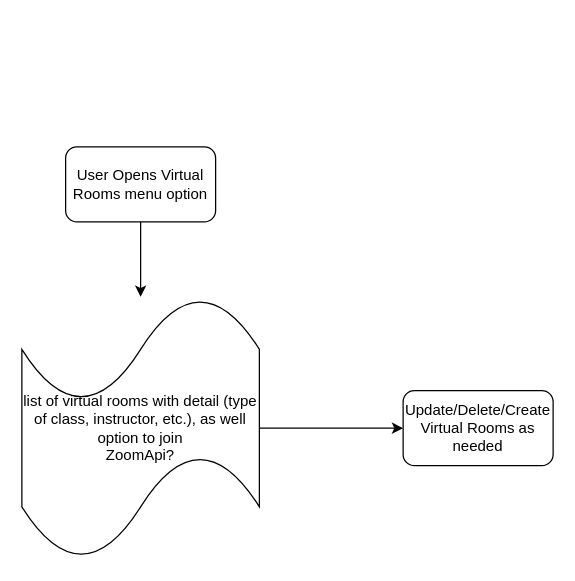
Before: Diagrams-Raw/TrackVirtualRooms.drawio in revaturelabs/af-reservation-service, a draw.io diagram. Source tidied: cells renumbered, new cells numbered last; positions are measured from the earlier drawing's top-left corner, leaving out a move shared by most shapes. Both pictures are drawn from the tidied source at 125%, with x=0, y=0 at pixel (21, 146).
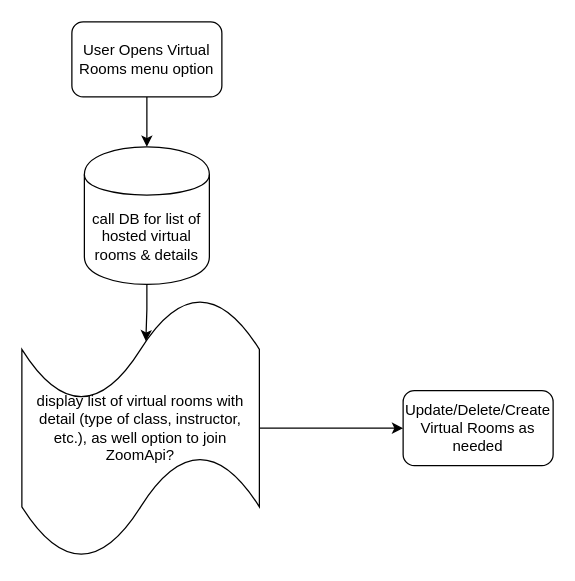
Above is the later version.

Diff of the diagram source:
```diff
@@
 <mxGraphModel>
   <root>
     <mxCell id="0" />
     <mxCell id="1" parent="0" />
-    <mxCell id="2" style="edgeStyle=orthogonalEdgeStyle;rounded=0;jettySize=auto;html=1;" parent="1" edge="1" source="3" target="5">
-      <mxGeometry relative="1" as="geometry" />
-    </mxCell>
+    <mxCell id="7" style="edgeStyle=orthogonalEdgeStyle;rounded=0;jettySize=auto;html=1;" parent="1" edge="1" source="3" target="9">
+      <mxGeometry relative="1" as="geometry" />
+    </mxCell>
     <mxCell id="3" value="User Opens Virtual Rooms menu option" style="rounded=1;whiteSpace=wrap;html=1;" parent="1" vertex="1">
-      <mxGeometry x="35" width="120" height="60" as="geometry" />
+      <mxGeometry x="40" y="-100" width="120" height="60" as="geometry" />
     </mxCell>
     <mxCell id="4" style="edgeStyle=orthogonalEdgeStyle;rounded=0;jettySize=auto;html=1;" parent="1" edge="1" source="5" target="6">
       <mxGeometry relative="1" as="geometry" />
     </mxCell>
-    <mxCell id="5" value="list of virtual rooms with detail (type of class, instructor, etc.), as well option to join&lt;br&gt;ZoomApi?" style="shape=tape;whiteSpace=wrap;html=1;rounded=1;" parent="1" vertex="1">
+    <mxCell id="5" value="display list of virtual rooms with detail (type of class, instructor, etc.), as well option to join&lt;br&gt;ZoomApi?" style="shape=tape;whiteSpace=wrap;html=1;rounded=1;" parent="1" vertex="1">
       <mxGeometry y="120" width="190" height="210" as="geometry" />
     </mxCell>
     <mxCell id="6" value="Update/Delete/Create Virtual Rooms as needed" style="whiteSpace=wrap;html=1;rounded=1;" parent="1" vertex="1">
       <mxGeometry x="305" y="195" width="120" height="60" as="geometry" />
     </mxCell>
+    <mxCell id="8" style="edgeStyle=orthogonalEdgeStyle;rounded=0;jettySize=auto;html=1;exitX=0.5;exitY=1;exitDx=0;exitDy=0;entryX=0.522;entryY=0.169;entryDx=0;entryDy=0;entryPerimeter=0;" parent="1" edge="1" source="9" target="5">
+      <mxGeometry relative="1" as="geometry" />
+    </mxCell>
+    <mxCell id="9" value="call DB for list of hosted virtual rooms &amp;amp; details" style="shape=cylinder;whiteSpace=wrap;html=1;boundedLbl=1;backgroundOutline=1;rounded=1;" parent="1" vertex="1">
+      <mxGeometry x="50" width="100" height="110" as="geometry" />
+    </mxCell>
   </root>
 </mxGraphModel>
```
